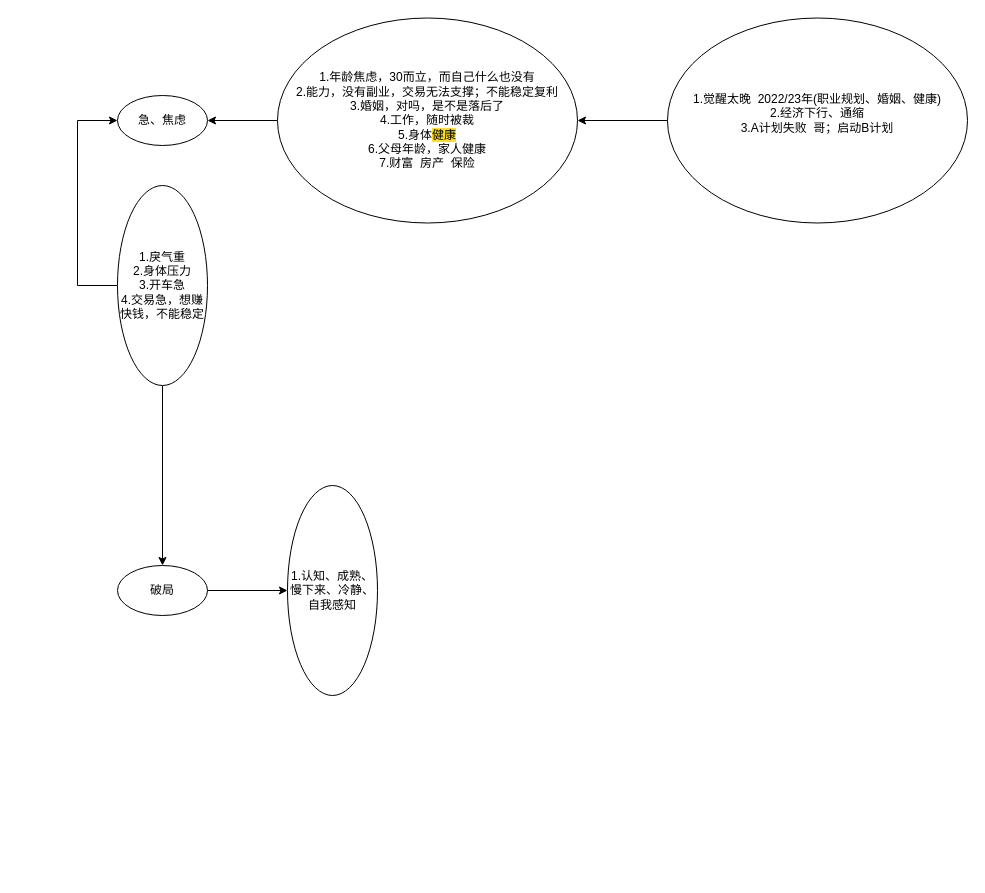
Above: menus/急与焦虑.drawio in Asamiyaa/microservice-k8s-yun (draw.io), before the change. Source tidied: cells renumbered, new cells numbered last; positions are measured from the earlier drawing's top-left corner, leaving out a move shared by most shapes. Both pictures are drawn from the tidied source at 100%, with x=0, y=0 at pixel (77, 17).
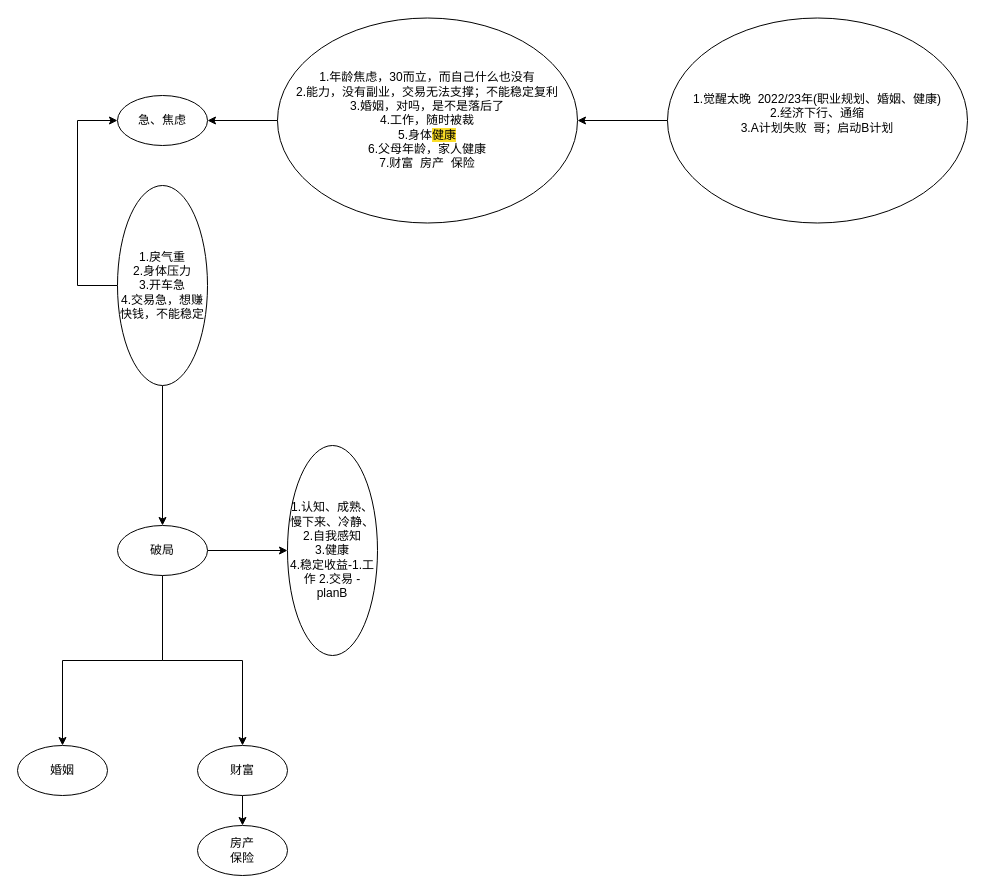
Above is the later version.

Commit message:
更新急与焦虑.drawio

The edit, as a diff of the source:
```diff
@@
+    <mxCell id="13" style="edgeStyle=orthogonalEdgeStyle;rounded=0;jettySize=auto;html=1;exitX=0.5;exitY=1;exitDx=0;exitDy=0;entryX=0.5;entryY=0;entryDx=0;entryDy=0;" parent="1" edge="1" source="11" target="15">
+      <mxGeometry relative="1" as="geometry" />
+    </mxCell>
+    <mxCell id="14" style="edgeStyle=orthogonalEdgeStyle;rounded=0;jettySize=auto;html=1;exitX=0.5;exitY=1;exitDx=0;exitDy=0;" parent="1" edge="1" source="11" target="17">
+      <mxGeometry relative="1" as="geometry" />
+    </mxCell>
     <mxCell id="11" value="破局" style="ellipse;whiteSpace=wrap;html=1;" parent="1" vertex="1">
-      <mxGeometry x="40" y="548" width="90" height="50" as="geometry" />
+      <mxGeometry x="40" y="508" width="90" height="50" as="geometry" />
     </mxCell>
-    <mxCell id="12" value="1.认知、成熟、慢下来、冷静、自我感知" style="ellipse;whiteSpace=wrap;html=1;" parent="1" vertex="1">
-      <mxGeometry x="210" y="468" width="90" height="210" as="geometry" />
+    <mxCell id="12" value="1.认知、成熟、慢下来、冷静、2.自我感知&lt;br&gt;3.健康&lt;br&gt;4.稳定收益-1.工作 2.交易 - planB" style="ellipse;whiteSpace=wrap;html=1;" parent="1" vertex="1">
+      <mxGeometry x="210" y="428" width="90" height="210" as="geometry" />
     </mxCell>
+    <mxCell id="15" value="婚姻" style="ellipse;whiteSpace=wrap;html=1;" parent="1" vertex="1">
+      <mxGeometry x="-60" y="728" width="90" height="50" as="geometry" />
+    </mxCell>
+    <mxCell id="16" style="edgeStyle=orthogonalEdgeStyle;rounded=0;jettySize=auto;html=1;exitX=0.5;exitY=1;exitDx=0;exitDy=0;" parent="1" edge="1" source="17" target="18">
+      <mxGeometry relative="1" as="geometry" />
+    </mxCell>
+    <mxCell id="17" value="财富" style="ellipse;whiteSpace=wrap;html=1;" parent="1" vertex="1">
+      <mxGeometry x="120" y="728" width="90" height="50" as="geometry" />
+    </mxCell>
+    <mxCell id="18" value="房产&lt;br&gt;保险" style="ellipse;whiteSpace=wrap;html=1;" parent="1" vertex="1">
+      <mxGeometry x="120" y="808" width="90" height="50" as="geometry" />
+    </mxCell>
```
